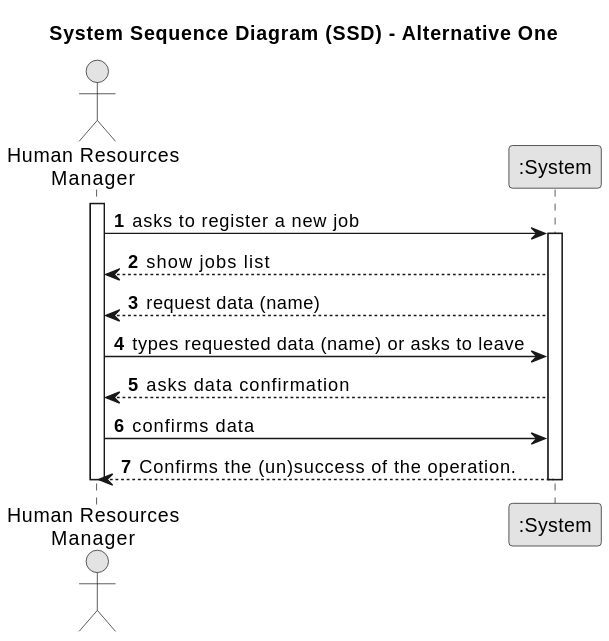
This is docs/sprintB/us002/01.requirements-engineering/svg/us002-system-sequence-diagram-alternative-one-System_Sequence_Diagram__SSD____Alternative_One.svg from SAEmanuel/Green_Spaces_Management_ISEP, a PlantUML export, as it was before one commit.
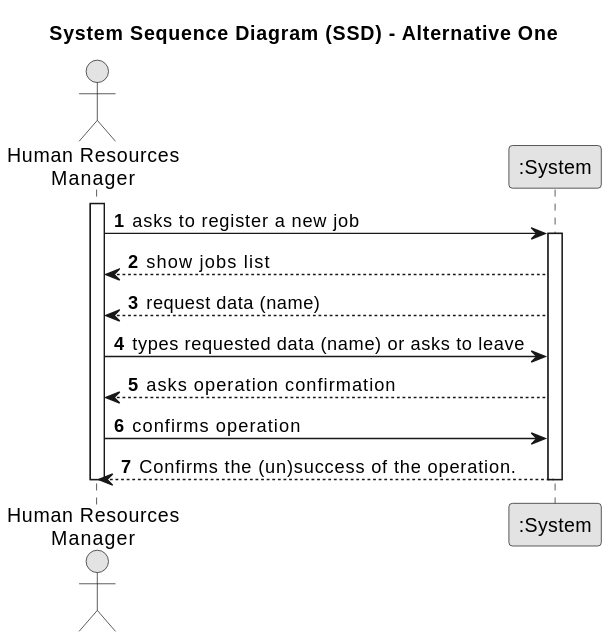
The same diagram one commit later.

Commit message:
US2 - sequence diagram-full (v1 and v2); SSD update

Diff of the diagram source:
```diff
@@ -19,8 +19,8 @@
     System --> HRM :  show jobs list
     System --> HRM :  request data (name)
     HRM -> System : types requested data (name) or asks to leave
-    System --> HRM : asks data confirmation
-    HRM -> System : confirms data
+    System --> HRM : asks operation confirmation
+    HRM -> System : confirms operation
     System --> HRM : Confirms the (un)success of the operation.
 
 
```
